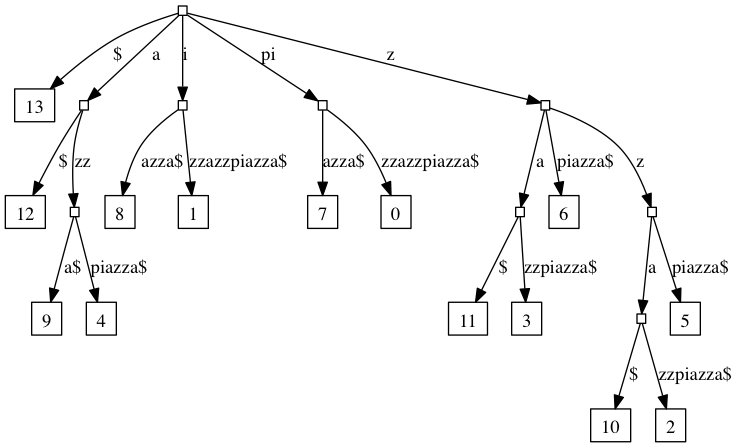
This is graph.png from bgwines/suffix-tree, a Graphviz export, as it was before one commit. Its source is kept beside it as graph.dot.
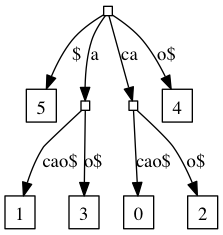
After the change.

Change to the diagram source:
```diff
@@ -5,48 +5,20 @@
          ,width=0.1
          ,height=0.1];
     0 [label=""];
-    1 [label=13];
+    1 [label=5];
     2 [label=""];
-    3 [label=12];
-    4 [label=""];
-    5 [label=9];
-    6 [label=4];
-    7 [label=""];
-    8 [label=8];
-    9 [label=1];
-    10 [label=""];
-    11 [label=7];
-    12 [label=0];
-    13 [label=""];
-    14 [label=""];
-    15 [label=11];
-    16 [label=3];
-    17 [label=6];
-    18 [label=""];
-    19 [label=""];
-    20 [label=10];
-    21 [label=2];
-    22 [label=5];
-    0 -> 13 [label=z];
-    0 -> 10 [label=pi];
-    0 -> 7 [label=i];
+    3 [label=1];
+    4 [label=3];
+    5 [label=""];
+    6 [label=0];
+    7 [label=2];
+    8 [label=4];
+    0 -> 5 [label=ca];
     0 -> 2 [label=a];
+    0 -> 8 [label="o$"];
     0 -> 1 [label="$"];
-    2 -> 4 [label=zz];
-    2 -> 3 [label="$"];
-    4 -> 6 [label="piazza$"];
-    4 -> 5 [label="a$"];
-    7 -> 9 [label="zzazzpiazza$"];
-    7 -> 8 [label="azza$"];
-    10 -> 12 [label="zzazzpiazza$"];
-    10 -> 11 [label="azza$"];
-    13 -> 18 [label=z];
-    13 -> 14 [label=a];
-    13 -> 17 [label="piazza$"];
-    14 -> 16 [label="zzpiazza$"];
-    14 -> 15 [label="$"];
-    18 -> 19 [label=a];
-    18 -> 22 [label="piazza$"];
-    19 -> 21 [label="zzpiazza$"];
-    19 -> 20 [label="$"];
+    2 -> 4 [label="o$"];
+    2 -> 3 [label="cao$"];
+    5 -> 7 [label="o$"];
+    5 -> 6 [label="cao$"];
 }
```
